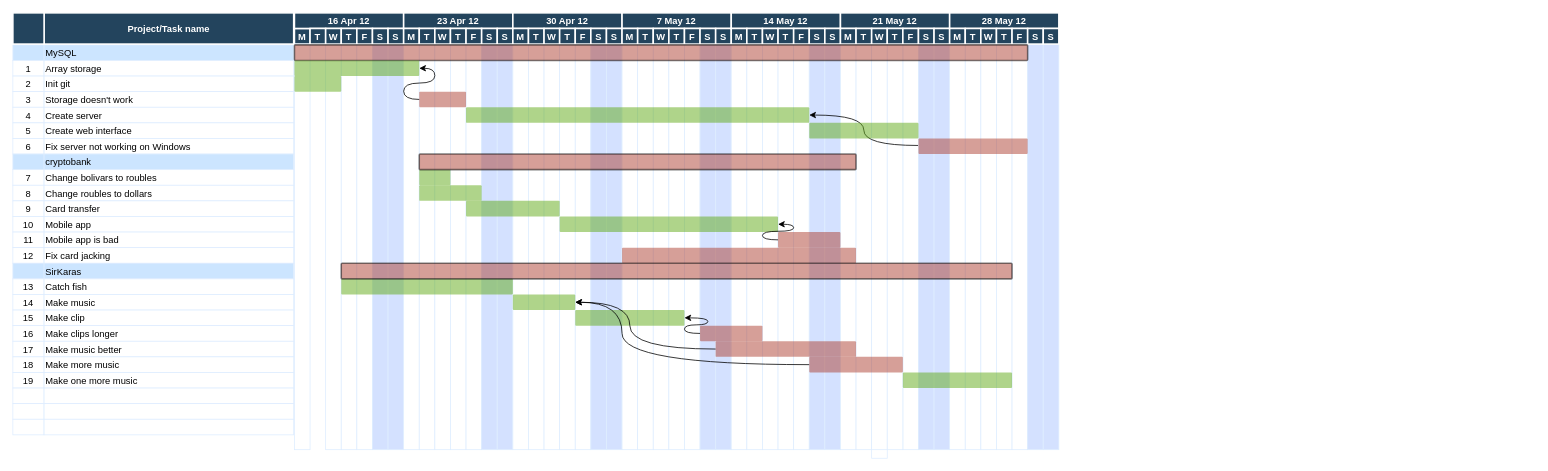
The draw.io diagram Untitled Diagram.drawio in rprtr258/rprtr258.github.io, before the edit. Source tidied: cells renumbered, new cells numbered last; positions are measured from the earlier drawing's top-left corner, leaving out a move shared by most shapes. Both pictures are drawn from the tidied source at 78%, with x=0, y=0 at pixel (12, 12).
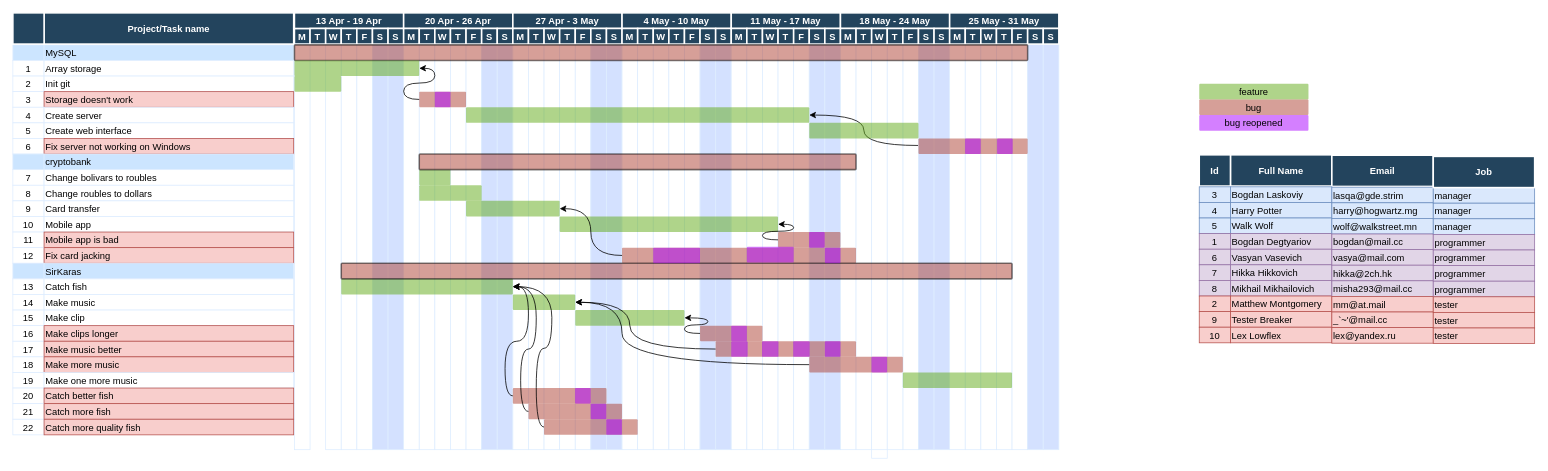
After the change.

The change refers to these unchanged cells:
```xml
<mxCell id="170" style="shape=mxgraph.flowchart.process;fillColor=#60a917;strokeColor=none;strokeWidth=2;opacity=50;fontColor=#ffffff;" parent="1" vertex="1">
  <mxGeometry x="581" y="241" width="120" height="20" as="geometry" />
</mxCell>
<mxCell id="174" style="shape=mxgraph.flowchart.process;fillColor=#AE4132;strokeColor=none;strokeWidth=2;opacity=50;" parent="1" vertex="1">
  <mxGeometry x="781" y="301" width="300" height="20" as="geometry" />
</mxCell>
<mxCell id="175" style="shape=mxgraph.flowchart.process;fillColor=#60a917;strokeColor=none;strokeWidth=2;opacity=50;fontColor=#ffffff;" parent="1" vertex="1">
  <mxGeometry x="421" y="341" width="220" height="20" as="geometry" />
</mxCell>
```

Change to the diagram source:
```diff
@@
+    <mxCell id="187" value="Full Name" style="fillColor=#23445D;strokeColor=#FFFFFF;strokeWidth=2;fontColor=#FFFFFF;fontStyle=1;" parent="1" vertex="1">
+      <mxGeometry x="1561" y="182" width="130" height="40" as="geometry" />
+    </mxCell>
+    <mxCell id="188" value="Id" style="fillColor=#23445D;strokeColor=#FFFFFF;strokeWidth=2;fontColor=#FFFFFF;fontStyle=1;" parent="1" vertex="1">
+      <mxGeometry x="1521" y="182" width="40" height="40" as="geometry" />
+    </mxCell>
+    <mxCell id="189" value="Email" style="fillColor=#23445D;strokeColor=#FFFFFF;strokeWidth=2;fontColor=#FFFFFF;fontStyle=1;" parent="1" vertex="1">
+      <mxGeometry x="1691" y="182.5" width="130" height="40" as="geometry" />
+    </mxCell>
@@
-    <mxCell id="12" value="Storage doesn't work" style="align=left;strokeColor=#DEEDFF;" parent="1" vertex="1">
+    <mxCell id="12" value="Storage doesn't work" style="align=left;strokeColor=#b85450;fillColor=#f8cecc;" parent="1" vertex="1">
       <mxGeometry x="40" y="101" width="320" height="20" as="geometry" />
     </mxCell>
@@
-    <mxCell id="18" value="Fix server not working on Windows" style="align=left;strokeColor=#DEEDFF;" parent="1" vertex="1">
+    <mxCell id="18" value="Fix server not working on Windows" style="align=left;strokeColor=#b85450;fillColor=#f8cecc;" parent="1" vertex="1">
       <mxGeometry x="40" y="161" width="320" height="20" as="geometry" />
     </mxCell>
@@
-    <mxCell id="30" value="Mobile app is bad" style="align=left;strokeColor=#DEEDFF;" parent="1" vertex="1">
+    <mxCell id="30" value="Mobile app is bad" style="align=left;strokeColor=#b85450;fillColor=#f8cecc;" parent="1" vertex="1">
       <mxGeometry x="40" y="281" width="320" height="20" as="geometry" />
     </mxCell>
@@
-    <mxCell id="32" value="Fix card jacking" style="align=left;strokeColor=#DEEDFF;fillColor=#FFFFFF;" parent="1" vertex="1">
+    <mxCell id="32" value="Fix card jacking" style="align=left;strokeColor=#b85450;fillColor=#f8cecc;" parent="1" vertex="1">
       <mxGeometry x="40" y="301" width="320" height="20" as="geometry" />
     </mxCell>
@@
-    <mxCell id="42" value="Make clips longer" style="align=left;strokeColor=#DEEDFF;" parent="1" vertex="1">
+    <mxCell id="42" value="Make clips longer" style="align=left;strokeColor=#b85450;fillColor=#f8cecc;" parent="1" vertex="1">
       <mxGeometry x="40" y="401" width="320" height="20" as="geometry" />
     </mxCell>
@@
-    <mxCell id="44" value="Make music better" style="align=left;strokeColor=#DEEDFF;" parent="1" vertex="1">
+    <mxCell id="44" value="Make music better" style="align=left;strokeColor=#b85450;fillColor=#f8cecc;" parent="1" vertex="1">
       <mxGeometry x="40" y="421" width="320" height="20" as="geometry" />
     </mxCell>
@@
-    <mxCell id="46" value="Make more music" style="align=left;strokeColor=#DEEDFF;" parent="1" vertex="1">
+    <mxCell id="46" value="Make more music" style="align=left;strokeColor=#b85450;fillColor=#f8cecc;" parent="1" vertex="1">
       <mxGeometry x="40" y="441" width="320" height="20" as="geometry" />
     </mxCell>
@@
-    <mxCell id="49" style="strokeColor=#DEEDFF;" parent="1" vertex="1">
+    <mxCell id="49" value="20" style="strokeColor=#DEEDFF;" parent="1" vertex="1">
       <mxGeometry y="481" width="40" height="20" as="geometry" />
     </mxCell>
-    <mxCell id="50" style="align=left;strokeColor=#DEEDFF;" parent="1" vertex="1">
+    <mxCell id="50" value="Catch better fish" style="align=left;strokeColor=#b85450;fillColor=#f8cecc;" parent="1" vertex="1">
       <mxGeometry x="40" y="481" width="320" height="20" as="geometry" />
     </mxCell>
-    <mxCell id="51" style="strokeColor=#DEEDFF;" parent="1" vertex="1">
+    <mxCell id="51" value="21" style="strokeColor=#DEEDFF;" parent="1" vertex="1">
       <mxGeometry y="501" width="40" height="20" as="geometry" />
     </mxCell>
-    <mxCell id="52" style="align=left;strokeColor=#DEEDFF;" parent="1" vertex="1">
+    <mxCell id="52" value="Catch more fish" style="align=left;strokeColor=#b85450;fillColor=#f8cecc;" parent="1" vertex="1">
       <mxGeometry x="40" y="501" width="320" height="20" as="geometry" />
     </mxCell>
-    <mxCell id="53" style="strokeColor=#DEEDFF;" parent="1" vertex="1">
+    <mxCell id="53" value="22" style="strokeColor=#DEEDFF;" parent="1" vertex="1">
       <mxGeometry y="521" width="40" height="20" as="geometry" />
     </mxCell>
-    <mxCell id="54" style="align=left;strokeColor=#DEEDFF;" parent="1" vertex="1">
+    <mxCell id="54" value="Catch more quality fish" style="align=left;strokeColor=#b85450;fillColor=#f8cecc;" parent="1" vertex="1">
       <mxGeometry x="40" y="521" width="320" height="20" as="geometry" />
     </mxCell>
@@
-    <mxCell id="105" value="16 Apr 12" style="fillColor=#23445D;strokeColor=#FFFFFF;strokeWidth=2;fontColor=#FFFFFF;fontStyle=1;" parent="1" vertex="1">
+    <mxCell id="105" value="13 Apr - 19 Apr" style="fillColor=#23445D;strokeColor=#FFFFFF;strokeWidth=2;fontColor=#FFFFFF;fontStyle=1;" parent="1" vertex="1">
       <mxGeometry x="361" width="140" height="20" as="geometry" />
     </mxCell>
@@
-    <mxCell id="112" value="23 Apr 12" style="fillColor=#23445D;strokeColor=#FFFFFF;strokeWidth=2;fontColor=#FFFFFF;fontStyle=1;" parent="1" vertex="1">
+    <mxCell id="112" value="20 Apr - 26 Apr" style="fillColor=#23445D;strokeColor=#FFFFFF;strokeWidth=2;fontColor=#FFFFFF;fontStyle=1;" parent="1" vertex="1">
       <mxGeometry x="501" width="140" height="20" as="geometry" />
     </mxCell>
@@
-    <mxCell id="120" value="30 Apr 12" style="fillColor=#23445D;strokeColor=#FFFFFF;strokeWidth=2;fontColor=#FFFFFF;fontStyle=1;" parent="1" vertex="1">
+    <mxCell id="120" value="27 Apr - 3 May" style="fillColor=#23445D;strokeColor=#FFFFFF;strokeWidth=2;fontColor=#FFFFFF;fontStyle=1;" parent="1" vertex="1">
       <mxGeometry x="641" width="140" height="20" as="geometry" />
     </mxCell>
@@
-    <mxCell id="128" value="7 May 12" style="fillColor=#23445D;strokeColor=#FFFFFF;strokeWidth=2;fontColor=#FFFFFF;fontStyle=1;" parent="1" vertex="1">
+    <mxCell id="128" value="4 May - 10 May" style="fillColor=#23445D;strokeColor=#FFFFFF;strokeWidth=2;fontColor=#FFFFFF;fontStyle=1;" parent="1" vertex="1">
       <mxGeometry x="781" width="140" height="20" as="geometry" />
     </mxCell>
@@
-    <mxCell id="136" value="14 May 12" style="fillColor=#23445D;strokeColor=#FFFFFF;strokeWidth=2;fontColor=#FFFFFF;fontStyle=1;" parent="1" vertex="1">
+    <mxCell id="136" value="11 May - 17 May" style="fillColor=#23445D;strokeColor=#FFFFFF;strokeWidth=2;fontColor=#FFFFFF;fontStyle=1;" parent="1" vertex="1">
       <mxGeometry x="921" width="140" height="20" as="geometry" />
     </mxCell>
@@
-    <mxCell id="144" value="21 May 12" style="fillColor=#23445D;strokeColor=#FFFFFF;strokeWidth=2;fontColor=#FFFFFF;fontStyle=1;" parent="1" vertex="1">
+    <mxCell id="144" value="18 May - 24 May" style="fillColor=#23445D;strokeColor=#FFFFFF;strokeWidth=2;fontColor=#FFFFFF;fontStyle=1;" parent="1" vertex="1">
       <mxGeometry x="1061" width="140" height="20" as="geometry" />
     </mxCell>
@@
-    <mxCell id="152" value="28 May 12" style="fillColor=#23445D;strokeColor=#FFFFFF;strokeWidth=2;fontColor=#FFFFFF;fontStyle=1;" parent="1" vertex="1">
+    <mxCell id="152" value="25 May - 31 May" style="fillColor=#23445D;strokeColor=#FFFFFF;strokeWidth=2;fontColor=#FFFFFF;fontStyle=1;" parent="1" vertex="1">
       <mxGeometry x="1201" width="140" height="20" as="geometry" />
     </mxCell>
@@
+    <mxCell id="190" style="edgeStyle=orthogonalEdgeStyle;curved=1;jettySize=auto;html=1;exitX=0;exitY=0.5;exitDx=0;exitDy=0;exitPerimeter=0;entryX=1;entryY=0.5;entryDx=0;entryDy=0;entryPerimeter=0;fontColor=#000000;" parent="1" edge="1" source="174" target="170">
+      <mxGeometry relative="1" as="geometry" />
+    </mxCell>
@@
+    <mxCell id="191" style="shape=mxgraph.flowchart.process;fillColor=#aa00ff;strokeColor=none;strokeWidth=2;opacity=50;fontColor=#ffffff;" parent="1" vertex="1">
+      <mxGeometry x="541" y="101" width="20" height="20" as="geometry" />
+    </mxCell>
+    <mxCell id="192" style="shape=mxgraph.flowchart.process;fillColor=#aa00ff;strokeColor=none;strokeWidth=2;opacity=50;fontColor=#ffffff;" parent="1" vertex="1">
+      <mxGeometry x="1041" y="301" width="20" height="20" as="geometry" />
+    </mxCell>
+    <mxCell id="193" style="shape=mxgraph.flowchart.process;fillColor=#aa00ff;strokeColor=none;strokeWidth=2;opacity=50;fontColor=#ffffff;" parent="1" vertex="1">
+      <mxGeometry x="1020.8" y="281" width="20" height="20" as="geometry" />
+    </mxCell>
+    <mxCell id="194" style="shape=mxgraph.flowchart.process;fillColor=#aa00ff;strokeColor=none;strokeWidth=2;opacity=50;fontColor=#ffffff;" parent="1" vertex="1">
+      <mxGeometry x="1261.8" y="161" width="20" height="20" as="geometry" />
+    </mxCell>
+    <mxCell id="195" style="shape=mxgraph.flowchart.process;fillColor=#aa00ff;strokeColor=none;strokeWidth=2;opacity=50;fontColor=#ffffff;" parent="1" vertex="1">
+      <mxGeometry x="921" y="401" width="20" height="20" as="geometry" />
+    </mxCell>
+    <mxCell id="196" style="shape=mxgraph.flowchart.process;fillColor=#aa00ff;strokeColor=none;strokeWidth=2;opacity=50;fontColor=#ffffff;" parent="1" vertex="1">
+      <mxGeometry x="1041" y="421" width="20" height="20" as="geometry" />
+    </mxCell>
+    <mxCell id="197" style="shape=mxgraph.flowchart.process;fillColor=#aa00ff;strokeColor=none;strokeWidth=2;opacity=50;fontColor=#ffffff;" parent="1" vertex="1">
+      <mxGeometry x="1100.8" y="441" width="20" height="20" as="geometry" />
+    </mxCell>
+    <mxCell id="198" style="shape=mxgraph.flowchart.process;fillColor=#aa00ff;strokeColor=none;strokeWidth=2;opacity=50;fontColor=#ffffff;" parent="1" vertex="1">
+      <mxGeometry x="1220.8" y="161" width="20" height="20" as="geometry" />
+    </mxCell>
+    <mxCell id="199" style="shape=mxgraph.flowchart.process;fillColor=#aa00ff;strokeColor=none;strokeWidth=2;opacity=50;fontColor=#ffffff;" parent="1" vertex="1">
+      <mxGeometry x="941" y="300" width="60" height="20" as="geometry" />
+    </mxCell>
+    <mxCell id="200" style="shape=mxgraph.flowchart.process;fillColor=#aa00ff;strokeColor=none;strokeWidth=2;opacity=50;fontColor=#ffffff;" parent="1" vertex="1">
+      <mxGeometry x="821" y="301" width="60" height="20" as="geometry" />
+    </mxCell>
+    <mxCell id="201" style="shape=mxgraph.flowchart.process;fillColor=#aa00ff;strokeColor=none;strokeWidth=2;opacity=50;fontColor=#ffffff;" parent="1" vertex="1">
+      <mxGeometry x="921" y="421" width="21" height="20" as="geometry" />
+    </mxCell>
+    <mxCell id="202" style="shape=mxgraph.flowchart.process;fillColor=#aa00ff;strokeColor=none;strokeWidth=2;opacity=50;fontColor=#ffffff;" parent="1" vertex="1">
+      <mxGeometry x="960.5" y="421" width="21" height="20" as="geometry" />
+    </mxCell>
+    <mxCell id="203" style="shape=mxgraph.flowchart.process;fillColor=#aa00ff;strokeColor=none;strokeWidth=2;opacity=50;fontColor=#ffffff;" parent="1" vertex="1">
+      <mxGeometry x="1000.5" y="421" width="21" height="20" as="geometry" />
+    </mxCell>
+    <mxCell id="204" value="feature" style="shape=mxgraph.flowchart.process;fillColor=#60a917;strokeColor=none;strokeWidth=2;opacity=50;fontColor=#000000;" parent="1" vertex="1">
+      <mxGeometry x="1521" y="91" width="140" height="20" as="geometry" />
+    </mxCell>
+    <mxCell id="205" value="bug" style="shape=mxgraph.flowchart.process;fillColor=#AE4132;strokeColor=none;strokeWidth=2;opacity=50;fontColor=#000000;" parent="1" vertex="1">
+      <mxGeometry x="1521" y="111" width="140" height="20" as="geometry" />
+    </mxCell>
+    <mxCell id="206" value="bug reopened" style="shape=mxgraph.flowchart.process;fillColor=#aa00ff;strokeColor=none;strokeWidth=2;opacity=50;fontColor=#000000;" parent="1" vertex="1">
+      <mxGeometry x="1521" y="131" width="140" height="20" as="geometry" />
+    </mxCell>
+    <mxCell id="207" value="3" style="strokeColor=#6c8ebf;fillColor=#dae8fc;" parent="1" vertex="1">
+      <mxGeometry x="1521" y="223" width="40" height="20" as="geometry" />
+    </mxCell>
+    <mxCell id="208" value="Bogdan Laskoviy" style="align=left;strokeColor=#6c8ebf;fillColor=#dae8fc;" parent="1" vertex="1">
+      <mxGeometry x="1561" y="223" width="130" height="20" as="geometry" />
+    </mxCell>
+    <mxCell id="209" value="4" style="strokeColor=#6c8ebf;fillColor=#dae8fc;" parent="1" vertex="1">
+      <mxGeometry x="1521" y="243" width="40" height="20" as="geometry" />
+    </mxCell>
+    <mxCell id="210" value="Harry Potter" style="align=left;strokeColor=#6c8ebf;fillColor=#dae8fc;" parent="1" vertex="1">
+      <mxGeometry x="1561" y="243" width="130" height="20" as="geometry" />
+    </mxCell>
+    <mxCell id="211" value="5" style="strokeColor=#6c8ebf;fillColor=#dae8fc;" parent="1" vertex="1">
+      <mxGeometry x="1521" y="263" width="40" height="20" as="geometry" />
+    </mxCell>
+    <mxCell id="212" value="Walk Wolf" style="align=left;strokeColor=#6c8ebf;fillColor=#dae8fc;" parent="1" vertex="1">
+      <mxGeometry x="1561" y="263" width="130" height="20" as="geometry" />
+    </mxCell>
+    <mxCell id="213" value="1" style="strokeColor=#9673a6;fillColor=#e1d5e7;" parent="1" vertex="1">
+      <mxGeometry x="1521" y="283" width="40" height="20" as="geometry" />
+    </mxCell>
+    <mxCell id="214" value="Bogdan Degtyariov" style="align=left;strokeColor=#9673a6;fillColor=#e1d5e7;" parent="1" vertex="1">
+      <mxGeometry x="1561" y="283" width="130" height="20" as="geometry" />
+    </mxCell>
+    <mxCell id="215" value="6" style="strokeColor=#9673a6;fillColor=#e1d5e7;" parent="1" vertex="1">
+      <mxGeometry x="1521" y="303" width="40" height="20" as="geometry" />
+    </mxCell>
+    <mxCell id="216" value="Vasyan Vasevich" style="align=left;strokeColor=#9673a6;fillColor=#e1d5e7;" parent="1" vertex="1">
+      <mxGeometry x="1561" y="303" width="130" height="20" as="geometry" />
+    </mxCell>
+    <mxCell id="217" value="7" style="strokeColor=#9673a6;fillColor=#e1d5e7;" parent="1" vertex="1">
+      <mxGeometry x="1521" y="323" width="40" height="20" as="geometry" />
+    </mxCell>
+    <mxCell id="218" value="Hikka Hikkovich" style="align=left;strokeColor=#9673a6;fillColor=#e1d5e7;" parent="1" vertex="1">
+      <mxGeometry x="1561" y="323" width="130" height="20" as="geometry" />
+    </mxCell>
+    <mxCell id="219" value="8" style="strokeColor=#9673a6;fillColor=#e1d5e7;" parent="1" vertex="1">
+      <mxGeometry x="1521" y="343" width="40" height="20" as="geometry" />
+    </mxCell>
+    <mxCell id="220" value="Mikhail Mikhailovich" style="align=left;strokeColor=#9673a6;fillColor=#e1d5e7;" parent="1" vertex="1">
+      <mxGeometry x="1561" y="343" width="130" height="20" as="geometry" />
+    </mxCell>
+    <mxCell id="221" value="2" style="strokeColor=#b85450;fillColor=#f8cecc;" parent="1" vertex="1">
+      <mxGeometry x="1521" y="363" width="40" height="20" as="geometry" />
+    </mxCell>
+    <mxCell id="222" value="Matthew Montgomery" style="align=left;strokeColor=#b85450;fillColor=#f8cecc;" parent="1" vertex="1">
+      <mxGeometry x="1561" y="363" width="130" height="20" as="geometry" />
+    </mxCell>
+    <mxCell id="223" value="9" style="strokeColor=#b85450;fillColor=#f8cecc;" parent="1" vertex="1">
+      <mxGeometry x="1521" y="383" width="40" height="20" as="geometry" />
+    </mxCell>
+    <mxCell id="224" value="Tester Breaker" style="align=left;strokeColor=#b85450;fillColor=#f8cecc;" parent="1" vertex="1">
+      <mxGeometry x="1561" y="383" width="130" height="20" as="geometry" />
+    </mxCell>
+    <mxCell id="225" value="10" style="strokeColor=#b85450;fillColor=#f8cecc;" parent="1" vertex="1">
+      <mxGeometry x="1521" y="403" width="40" height="20" as="geometry" />
+    </mxCell>
+    <mxCell id="226" value="Lex Lowflex" style="align=left;strokeColor=#b85450;fillColor=#f8cecc;" parent="1" vertex="1">
+      <mxGeometry x="1561" y="403" width="130" height="20" as="geometry" />
+    </mxCell>
+    <mxCell id="227" value="lasqa@gde.strim" style="align=left;strokeColor=#6c8ebf;fillColor=#dae8fc;" parent="1" vertex="1">
+      <mxGeometry x="1691" y="223.5" width="130" height="20" as="geometry" />
+    </mxCell>
+    <mxCell id="228" value="harry@hogwartz.mg" style="align=left;strokeColor=#6c8ebf;fillColor=#dae8fc;" parent="1" vertex="1">
+      <mxGeometry x="1691" y="243.5" width="130" height="20" as="geometry" />
+    </mxCell>
+    <mxCell id="229" value="wolf@walkstreet.mn" style="align=left;strokeColor=#6c8ebf;fillColor=#dae8fc;" parent="1" vertex="1">
+      <mxGeometry x="1691" y="263.5" width="130" height="20" as="geometry" />
+    </mxCell>
+    <mxCell id="230" value="bogdan@mail.cc" style="align=left;strokeColor=#9673a6;fillColor=#e1d5e7;" parent="1" vertex="1">
+      <mxGeometry x="1691" y="283.5" width="130" height="20" as="geometry" />
+    </mxCell>
+    <mxCell id="231" value="vasya@mail.com" style="align=left;strokeColor=#9673a6;fillColor=#e1d5e7;" parent="1" vertex="1">
+      <mxGeometry x="1691" y="303.5" width="130" height="20" as="geometry" />
+    </mxCell>
+    <mxCell id="232" value="hikka@2ch.hk" style="align=left;strokeColor=#9673a6;fillColor=#e1d5e7;" parent="1" vertex="1">
+      <mxGeometry x="1691" y="323.5" width="130" height="20" as="geometry" />
+    </mxCell>
+    <mxCell id="233" value="misha293@mail.cc" style="align=left;strokeColor=#9673a6;fillColor=#e1d5e7;" parent="1" vertex="1">
+      <mxGeometry x="1691" y="343.5" width="130" height="20" as="geometry" />
+    </mxCell>
+    <mxCell id="234" value="mm@at.mail" style="align=left;strokeColor=#b85450;fillColor=#f8cecc;" parent="1" vertex="1">
+      <mxGeometry x="1691" y="363.5" width="130" height="20" as="geometry" />
+    </mxCell>
+    <mxCell id="235" value="_`~'@mail.cc" style="align=left;strokeColor=#b85450;fillColor=#f8cecc;" parent="1" vertex="1">
+      <mxGeometry x="1691" y="383.5" width="130" height="20" as="geometry" />
+    </mxCell>
+    <mxCell id="236" value="lex@yandex.ru" style="align=left;strokeColor=#b85450;fillColor=#f8cecc;" parent="1" vertex="1">
+      <mxGeometry x="1691" y="403.5" width="130" height="20" as="geometry" />
+    </mxCell>
+    <mxCell id="237" value="manager" style="align=left;strokeColor=#6c8ebf;fillColor=#dae8fc;" parent="1" vertex="1">
+      <mxGeometry x="1821" y="224" width="130" height="20" as="geometry" />
+    </mxCell>
+    <mxCell id="238" value="manager" style="align=left;strokeColor=#6c8ebf;fillColor=#dae8fc;" parent="1" vertex="1">
+      <mxGeometry x="1821" y="244" width="130" height="20" as="geometry" />
+    </mxCell>
+    <mxCell id="239" value="manager" style="align=left;strokeColor=#6c8ebf;fillColor=#dae8fc;" parent="1" vertex="1">
+      <mxGeometry x="1821" y="264" width="130" height="20" as="geometry" />
+    </mxCell>
+    <mxCell id="240" value="programmer" style="align=left;strokeColor=#9673a6;fillColor=#e1d5e7;" parent="1" vertex="1">
+      <mxGeometry x="1821" y="284" width="130" height="20" as="geometry" />
+    </mxCell>
+    <mxCell id="241" value="programmer" style="align=left;strokeColor=#9673a6;fillColor=#e1d5e7;" parent="1" vertex="1">
+      <mxGeometry x="1821" y="304" width="130" height="20" as="geometry" />
+    </mxCell>
+    <mxCell id="242" value="programmer" style="align=left;strokeColor=#9673a6;fillColor=#e1d5e7;" parent="1" vertex="1">
+      <mxGeometry x="1821" y="324" width="130" height="20" as="geometry" />
+    </mxCell>
+    <mxCell id="243" value="programmer" style="align=left;strokeColor=#9673a6;fillColor=#e1d5e7;" parent="1" vertex="1">
+      <mxGeometry x="1821" y="344" width="130" height="20" as="geometry" />
+    </mxCell>
+    <mxCell id="244" value="tester" style="align=left;strokeColor=#b85450;fillColor=#f8cecc;" parent="1" vertex="1">
+      <mxGeometry x="1821" y="364" width="130" height="20" as="geometry" />
+    </mxCell>
+    <mxCell id="245" value="tester" style="align=left;strokeColor=#b85450;fillColor=#f8cecc;" parent="1" vertex="1">
+      <mxGeometry x="1821" y="384" width="130" height="20" as="geometry" />
+    </mxCell>
+    <mxCell id="246" value="Job" style="fillColor=#23445D;strokeColor=#FFFFFF;strokeWidth=2;fontColor=#FFFFFF;fontStyle=1;" parent="1" vertex="1">
+      <mxGeometry x="1821" y="184" width="130" height="40" as="geometry" />
+    </mxCell>
+    <mxCell id="247" value="tester" style="align=left;strokeColor=#b85450;fillColor=#f8cecc;" parent="1" vertex="1">
+      <mxGeometry x="1821" y="404" width="130" height="20" as="geometry" />
+    </mxCell>
+    <mxCell id="248" style="edgeStyle=orthogonalEdgeStyle;curved=1;jettySize=auto;html=1;exitX=0;exitY=0.5;exitDx=0;exitDy=0;exitPerimeter=0;entryX=1;entryY=0.5;entryDx=0;entryDy=0;entryPerimeter=0;fontColor=#000000;" parent="1" edge="1" source="249" target="175">
+      <mxGeometry relative="1" as="geometry">
+        <Array as="points">
+          <mxPoint x="631" y="491" />
+          <mxPoint x="631" y="421" />
+          <mxPoint x="661" y="421" />
+          <mxPoint x="661" y="351" />
+        </Array>
+      </mxGeometry>
+    </mxCell>
+    <mxCell id="249" style="shape=mxgraph.flowchart.process;fillColor=#AE4132;strokeColor=none;strokeWidth=2;opacity=50;" parent="1" vertex="1">
+      <mxGeometry x="641" y="481" width="120" height="20" as="geometry" />
+    </mxCell>
+    <mxCell id="250" style="shape=mxgraph.flowchart.process;fillColor=#aa00ff;strokeColor=none;strokeWidth=2;opacity=50;fontColor=#ffffff;" parent="1" vertex="1">
+      <mxGeometry x="720.8" y="481" width="20" height="20" as="geometry" />
+    </mxCell>
+    <mxCell id="251" style="edgeStyle=orthogonalEdgeStyle;curved=1;jettySize=auto;html=1;exitX=0;exitY=0.5;exitDx=0;exitDy=0;exitPerimeter=0;entryX=1;entryY=0.5;entryDx=0;entryDy=0;entryPerimeter=0;fontColor=#000000;" parent="1" edge="1" source="252" target="175">
+      <mxGeometry relative="1" as="geometry">
+        <Array as="points">
+          <mxPoint x="651" y="511" />
+          <mxPoint x="651" y="431" />
+          <mxPoint x="671" y="431" />
+          <mxPoint x="671" y="351" />
+        </Array>
+      </mxGeometry>
+    </mxCell>
+    <mxCell id="252" style="shape=mxgraph.flowchart.process;fillColor=#AE4132;strokeColor=none;strokeWidth=2;opacity=50;" parent="1" vertex="1">
+      <mxGeometry x="661" y="501" width="120" height="20" as="geometry" />
+    </mxCell>
+    <mxCell id="253" style="shape=mxgraph.flowchart.process;fillColor=#aa00ff;strokeColor=none;strokeWidth=2;opacity=50;fontColor=#ffffff;" parent="1" vertex="1">
+      <mxGeometry x="740.8" y="501" width="20" height="20" as="geometry" />
+    </mxCell>
+    <mxCell id="254" style="edgeStyle=orthogonalEdgeStyle;curved=1;jettySize=auto;html=1;exitX=0;exitY=0.5;exitDx=0;exitDy=0;exitPerimeter=0;entryX=1;entryY=0.5;entryDx=0;entryDy=0;entryPerimeter=0;fontColor=#000000;" parent="1" edge="1" source="255" target="175">
+      <mxGeometry relative="1" as="geometry">
+        <Array as="points">
+          <mxPoint x="671" y="531" />
+          <mxPoint x="671" y="430" />
+          <mxPoint x="691" y="430" />
+          <mxPoint x="691" y="351" />
+        </Array>
+      </mxGeometry>
+    </mxCell>
+    <mxCell id="255" style="shape=mxgraph.flowchart.process;fillColor=#AE4132;strokeColor=none;strokeWidth=2;opacity=50;" parent="1" vertex="1">
+      <mxGeometry x="681" y="521" width="120" height="20" as="geometry" />
+    </mxCell>
+    <mxCell id="256" style="shape=mxgraph.flowchart.process;fillColor=#aa00ff;strokeColor=none;strokeWidth=2;opacity=50;fontColor=#ffffff;" parent="1" vertex="1">
+      <mxGeometry x="760.8" y="521" width="20" height="20" as="geometry" />
+    </mxCell>
```
